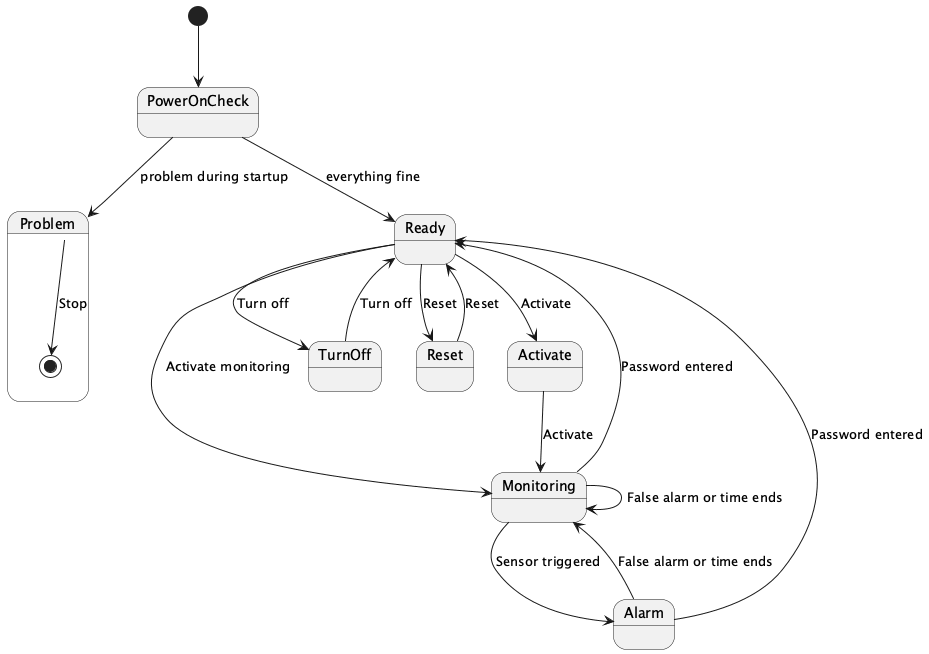
The PlantUML diagram results/plantuml_pipeline/ensemble_stacked_llm/runs/ensemble__all_methods__candidate_pool__stacked_llm/case_47_safehome_security_function/ensemble.png in maimunafaria/State_transition_Diagram_generated_by_LLM, before a commit. Its diagram source:
```plantuml
@startuml
[*] --> PowerOnCheck

state PowerOnCheck {
  PowerOnCheck --> Ready : everything fine
  PowerOnCheck --> Problem : problem during startup
}

state Problem {
  Problem --> [*] : Stop
}

state Ready {
  Ready --> Reset : Reset
  Ready --> Activate : Activate
  Ready --> TurnOff : Turn off
  Ready --> Monitoring : Activate monitoring
}

state Monitoring {
  Monitoring --> Alarm : Sensor triggered
  Monitoring --> Monitoring : False alarm or time ends
  Monitoring --> Ready : Password entered
}

state Alarm {
  Alarm --> Monitoring : False alarm or time ends
  Alarm --> Ready : Password entered
}

state TurnOff {
  TurnOff --> Ready : Turn off
}

state Reset {
  Reset --> Ready : Reset
}

state Activate {
  Activate --> Monitoring : Activate
}

@enduml
```
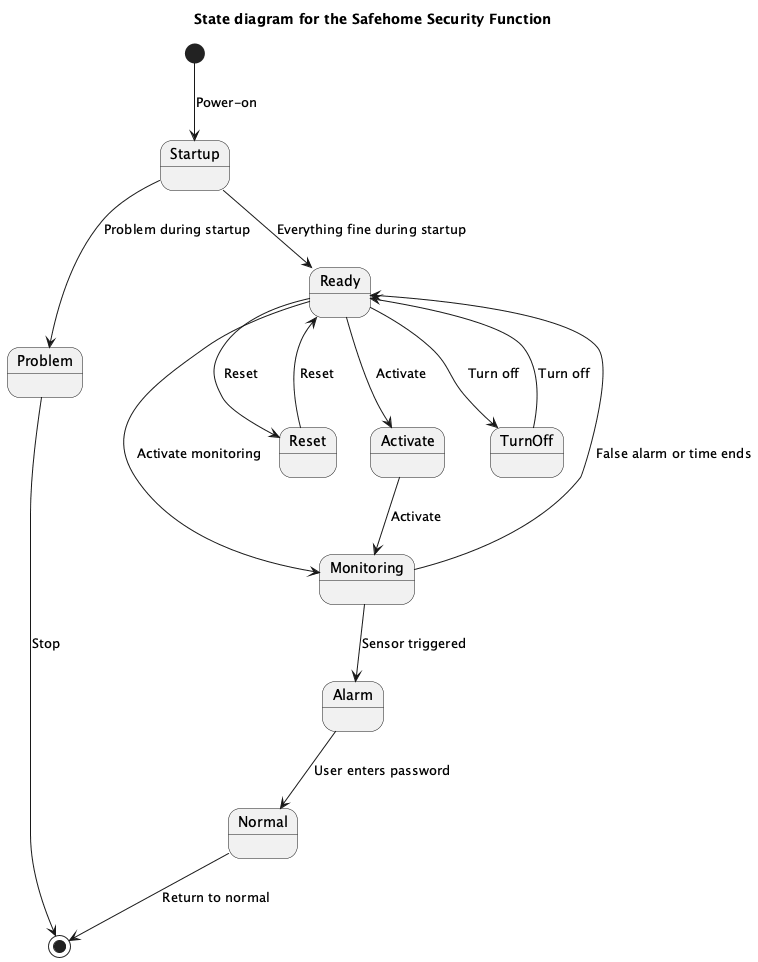
Later version of the same file.

Diff of the diagram source:
```diff
@@ -1,43 +1,34 @@
 @startuml
-[*] --> PowerOnCheck
+title State diagram for the Safehome Security Function
 
-state PowerOnCheck {
-  PowerOnCheck --> Ready : everything fine
-  PowerOnCheck --> Problem : problem during startup
-}
+[*] --> Startup : Power-on
 
-state Problem {
-  Problem --> [*] : Stop
-}
+state "Startup" as Startup
+state "Problem" as Problem
+state "Ready" as Ready
+state "Monitoring" as Monitoring
+state "Alarm" as Alarm
+state "Normal" as Normal
 
-state Ready {
-  Ready --> Reset : Reset
-  Ready --> Activate : Activate
-  Ready --> TurnOff : Turn off
-  Ready --> Monitoring : Activate monitoring
-}
+Startup --> Problem : Problem during startup
+Startup --> Ready : Everything fine during startup
 
-state Monitoring {
-  Monitoring --> Alarm : Sensor triggered
-  Monitoring --> Monitoring : False alarm or time ends
-  Monitoring --> Ready : Password entered
-}
+Problem --> [*] : Stop
 
-state Alarm {
-  Alarm --> Monitoring : False alarm or time ends
-  Alarm --> Ready : Password entered
-}
+Ready --> Reset : Reset
+Ready --> Activate : Activate
+Ready --> TurnOff : Turn off
+Ready --> Monitoring : Activate monitoring
 
-state TurnOff {
-  TurnOff --> Ready : Turn off
-}
+Monitoring --> Alarm : Sensor triggered
+Monitoring --> Ready : False alarm or time ends
 
-state Reset {
-  Reset --> Ready : Reset
-}
+Alarm --> Normal : User enters password
 
-state Activate {
-  Activate --> Monitoring : Activate
-}
+Reset --> Ready : Reset
+Activate --> Monitoring : Activate
+TurnOff --> Ready : Turn off
+
+Normal --> [*] : Return to normal
 
 @enduml
```
